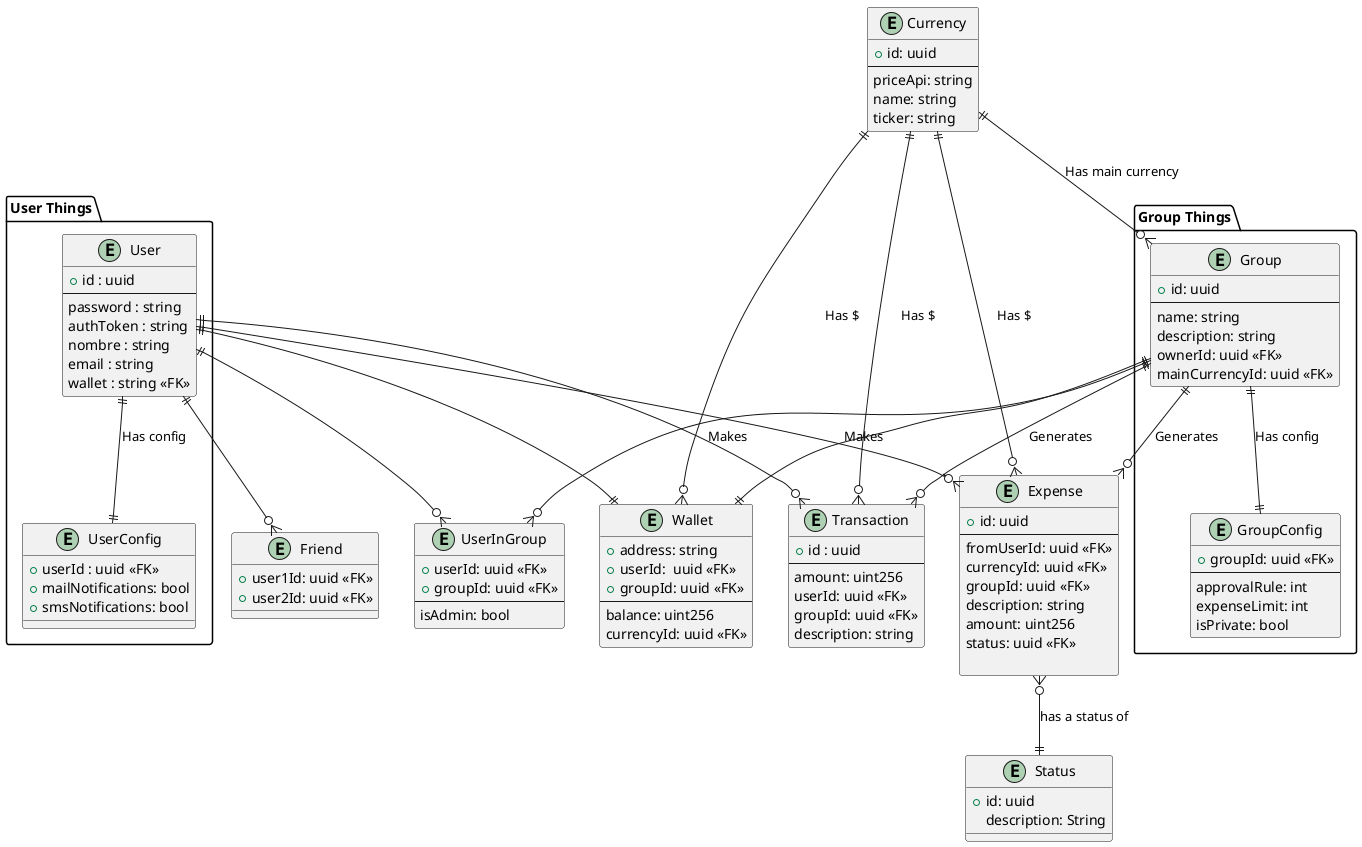
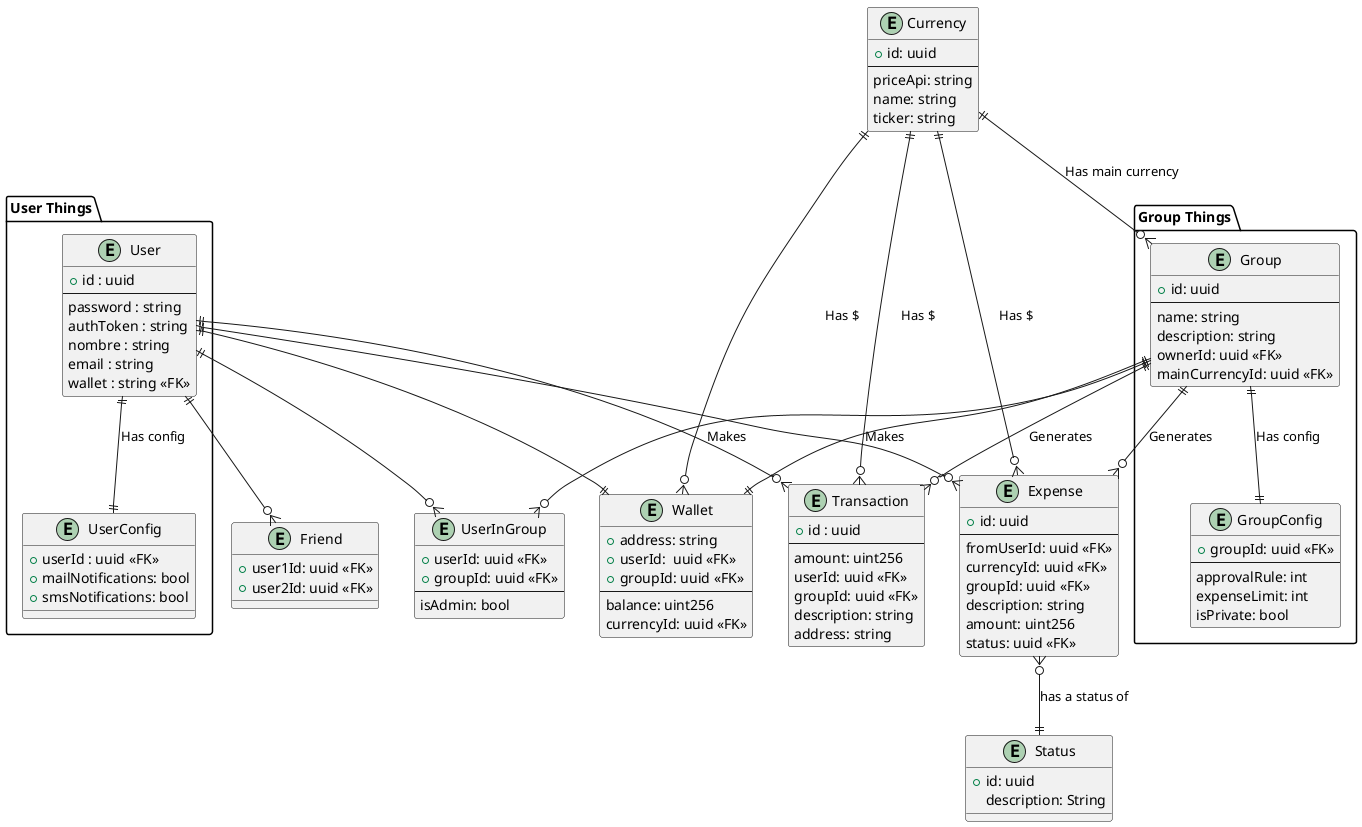
@startuml entity-relationship


package "User Things" {
    entity "User" {
      +id : uuid
      --
      password : string
      authToken : string
      nombre : string
      email : string
      wallet : string <<FK>>
    }

    entity "UserConfig" {
        +userId : uuid <<FK>>
        +mailNotifications: bool
        +smsNotifications: bool
    }
}

package "Group Things"{
    entity "Group" {
    +id: uuid
    ---
    name: string
    description: string
    ownerId: uuid <<FK>>
    mainCurrencyId: uuid <<FK>>
    }
    entity "GroupConfig"{
        +groupId: uuid <<FK>>
        ---
        approvalRule: int
        expenseLimit: int
        isPrivate: bool
    }
}

entity "Friend"{
    +user1Id: uuid <<FK>>
    +user2Id: uuid <<FK>>
}

entity "Wallet"{
    +address: string
    'Solo uno de los id puede tener valor el otro seria nulo'
    +userId:  uuid <<FK>>
    +groupId: uuid <<FK>>
    ---
    balance: uint256
    currencyId: uuid <<FK>>
}



entity "Transaction" {
    +id : uuid
    ---
    amount: uint256
' If negative -> withdraw, else -> deposit
    userId: uuid <<FK>>
    groupId: uuid <<FK>>
    description: string
+     address: string
}

entity "Currency" {
    +id: uuid
    ---
    priceApi: string
    name: string
    ticker: string
}
entity "UserInGroup"{
    +userId: uuid <<FK>>
    +groupId: uuid <<FK>>
    ---
    isAdmin: bool
}

entity "Expense" {
    +id: uuid
    ---
    fromUserId: uuid <<FK>>
    currencyId: uuid <<FK>>
    groupId: uuid <<FK>>
    description: string
    amount: uint256
    status: uuid <<FK>>
- 
}

entity "Status"{
    'Podrían ser PENDING, APPROVED, REJECTED'
    +id: uuid
    description: String
}


User ||--|| UserConfig : Has config
User ||--o{ Expense : Makes

User ||--o{ UserInGroup
Group ||--o{ UserInGroup


Currency ||--o{ Expense: Has $
Group ||--o{ Expense : Generates
Currency ||--o{ Group : Has main currency

Currency ||--o{ Wallet: Has $
User ||--|| Wallet
Group ||--|| Wallet

Currency ||--o{ Transaction: Has $
Group ||--o{ Transaction : Generates
User ||--o{ Transaction : Makes

User ||--o{ Friend
Group ||--|| GroupConfig: Has config

Expense }o--|| Status: has a status of


@enduml